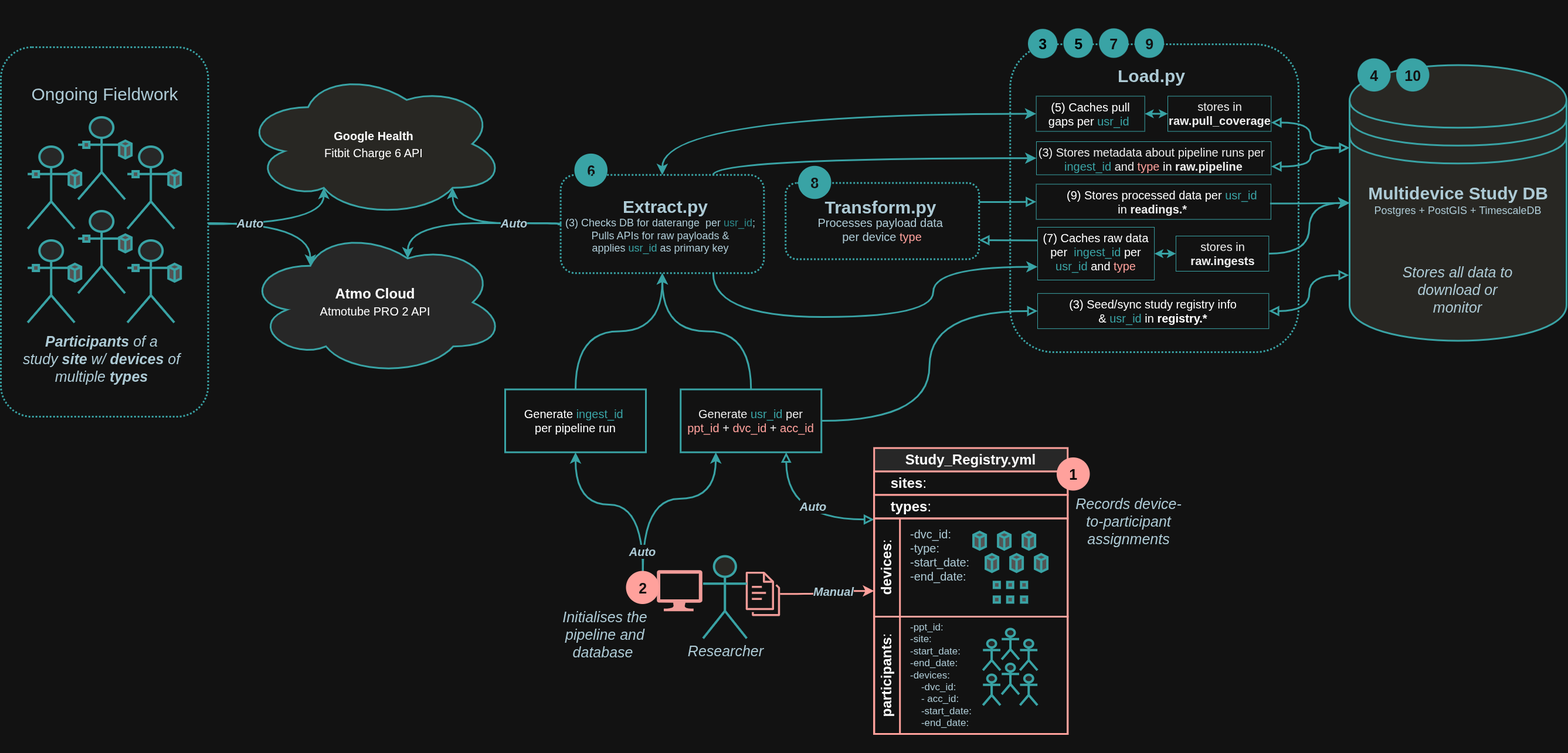
Before: docs/multidevice_study_pipeline.png, a diagram exported from draw.io (jpgavieta/multidevice-study-pipeline). Source tidied: cells renumbered, new cells last; positions are measured from the earlier drawing's top-left corner, leaving out a move shared by most shapes.
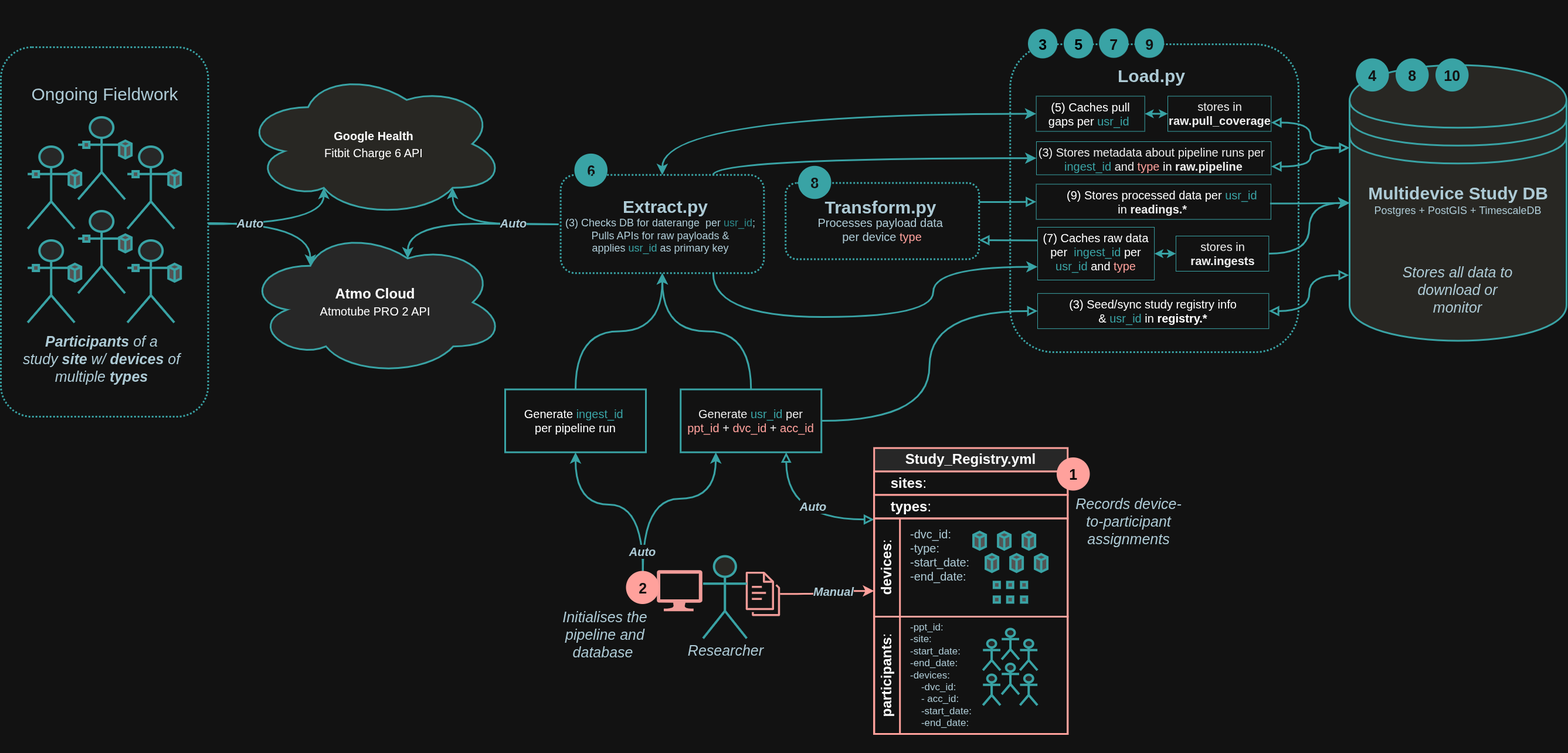
Above is the later version.

The edit, as a diff of the source:
```diff
@@ -12,13 +12,13 @@
       <mxGeometry y="26.7" width="491.8" height="524.9" as="geometry" />
     </mxCell>
     <mxCell id="5" value="&lt;div&gt;&lt;font&gt;&lt;span style=&quot;font-size: 25px; color: light-dark(rgb(255, 255, 255), rgb(0, 0, 0));&quot;&gt;&lt;b&gt;5&lt;/b&gt;&lt;/span&gt;&lt;/font&gt;&lt;/div&gt;" style="ellipse;whiteSpace=wrap;html=1;shapeInside=1;fillColor=light-dark(#0F8B8D,#39A3A5);strokeColor=none;" parent="3" vertex="1">
-      <mxGeometry x="91.2" width="50.3" height="50.3" as="geometry" />
+      <mxGeometry x="91.8" y="0.9" width="50.3" height="50.3" as="geometry" />
     </mxCell>
     <mxCell id="6" value="&lt;div&gt;&lt;font color=&quot;#ffffff&quot;&gt;&lt;span style=&quot;font-size: 25px;&quot;&gt;&lt;b&gt;7&lt;/b&gt;&lt;/span&gt;&lt;/font&gt;&lt;/div&gt;" style="ellipse;whiteSpace=wrap;html=1;shapeInside=1;fillColor=light-dark(#0F8B8D,#39A3A5);strokeColor=none;" parent="3" vertex="1">
       <mxGeometry x="152" width="50.3" height="50.3" as="geometry" />
     </mxCell>
     <mxCell id="7" value="&lt;div&gt;&lt;font color=&quot;#ffffff&quot;&gt;&lt;span style=&quot;font-size: 25px;&quot;&gt;&lt;b&gt;9&lt;/b&gt;&lt;/span&gt;&lt;/font&gt;&lt;/div&gt;" style="ellipse;whiteSpace=wrap;html=1;shapeInside=1;fillColor=light-dark(#0F8B8D,#39A3A5);strokeColor=none;" parent="3" vertex="1">
-      <mxGeometry x="212.6" width="50.3" height="50.3" as="geometry" />
+      <mxGeometry x="212.8" width="50.3" height="50.3" as="geometry" />
     </mxCell>
     <mxCell id="8" value="&lt;div&gt;&lt;font&gt;&lt;span style=&quot;font-size: 25px; color: light-dark(rgb(255, 255, 255), rgb(0, 0, 0));&quot;&gt;&lt;b&gt;3&lt;/b&gt;&lt;/span&gt;&lt;/font&gt;&lt;/div&gt;" style="ellipse;whiteSpace=wrap;html=1;shapeInside=1;fillColor=light-dark(#0F8B8D,#39A3A5);strokeColor=none;" parent="3" vertex="1">
       <mxGeometry x="30.8" y="0.9" width="50.3" height="50.3" as="geometry" />
@@ -381,7 +381,7 @@
       <mxGeometry x="1360" y="282.8" width="56.5" height="56.5" as="geometry" />
     </mxCell>
     <mxCell id="114" value="&lt;div&gt;&lt;font color=&quot;#ffffff&quot;&gt;&lt;span style=&quot;font-size: 25px;&quot;&gt;&lt;b&gt;4&lt;/b&gt;&lt;/span&gt;&lt;/font&gt;&lt;/div&gt;" style="ellipse;whiteSpace=wrap;html=1;shapeInside=1;fillColor=light-dark(#0F8B8D,#39A3A5);strokeColor=none;" parent="1" vertex="1">
-      <mxGeometry x="2314" y="99.5" width="56.5" height="56.5" as="geometry" />
+      <mxGeometry x="2311.1" y="99.6" width="56.5" height="56.5" as="geometry" />
     </mxCell>
     <mxCell id="115" value="&lt;font color=&quot;#143642&quot;&gt;&lt;span style=&quot;font-size: 25px;&quot;&gt;&lt;i&gt;Stores all data to download or monitor&lt;/i&gt;&lt;/span&gt;&lt;/font&gt;" style="text;whiteSpace=wrap;html=1;align=center;" parent="1" vertex="1">
       <mxGeometry x="2380" y="441.5" width="209" height="72" as="geometry" />
@@ -404,8 +404,8 @@
     <mxCell id="121" style="edgeStyle=orthogonalEdgeStyle;rounded=0;orthogonalLoop=1;jettySize=auto;html=1;innerLoopWaypoints=1;exitX=0.5;exitY=1;exitDx=0;exitDy=0;" parent="1" edge="1" source="115" target="115">
       <mxGeometry relative="1" as="geometry" />
     </mxCell>
-    <mxCell id="122" value="&lt;div&gt;&lt;font color=&quot;#ffffff&quot;&gt;&lt;span style=&quot;font-size: 25px;&quot;&gt;&lt;b&gt;10&lt;/b&gt;&lt;/span&gt;&lt;/font&gt;&lt;/div&gt;" style="ellipse;whiteSpace=wrap;html=1;shapeInside=1;fillColor=light-dark(#0F8B8D,#39A3A5);strokeColor=none;" parent="1" vertex="1">
-      <mxGeometry x="2380" y="99.5" width="56.5" height="56.5" as="geometry" />
+    <mxCell id="122" value="&lt;div&gt;&lt;font color=&quot;#ffffff&quot;&gt;&lt;span style=&quot;font-size: 25px;&quot;&gt;&lt;b&gt;8&lt;/b&gt;&lt;/span&gt;&lt;/font&gt;&lt;/div&gt;" style="ellipse;whiteSpace=wrap;html=1;shapeInside=1;fillColor=light-dark(#0F8B8D,#39A3A5);strokeColor=none;" parent="1" vertex="1">
+      <mxGeometry x="2379" y="99.6" width="56.5" height="56.5" as="geometry" />
     </mxCell>
     <mxCell id="123" style="group;" parent="1" vertex="1">
       <mxGeometry x="1338.2" y="311.5" width="330" height="130" as="geometry" />
@@ -438,5 +438,8 @@
         <mxPoint x="-26" y="2" as="offset" />
       </mxGeometry>
     </mxCell>
+    <mxCell id="132" value="&lt;div&gt;&lt;font color=&quot;#ffffff&quot;&gt;&lt;span style=&quot;font-size: 25px;&quot;&gt;&lt;b&gt;10&lt;/b&gt;&lt;/span&gt;&lt;/font&gt;&lt;/div&gt;" style="ellipse;whiteSpace=wrap;html=1;shapeInside=1;fillColor=light-dark(#0F8B8D,#39A3A5);strokeColor=none;" parent="1" vertex="1">
+      <mxGeometry x="2447" y="99.5" width="56.5" height="56.5" as="geometry" />
+    </mxCell>
   </root>
 </mxGraphModel>
```
